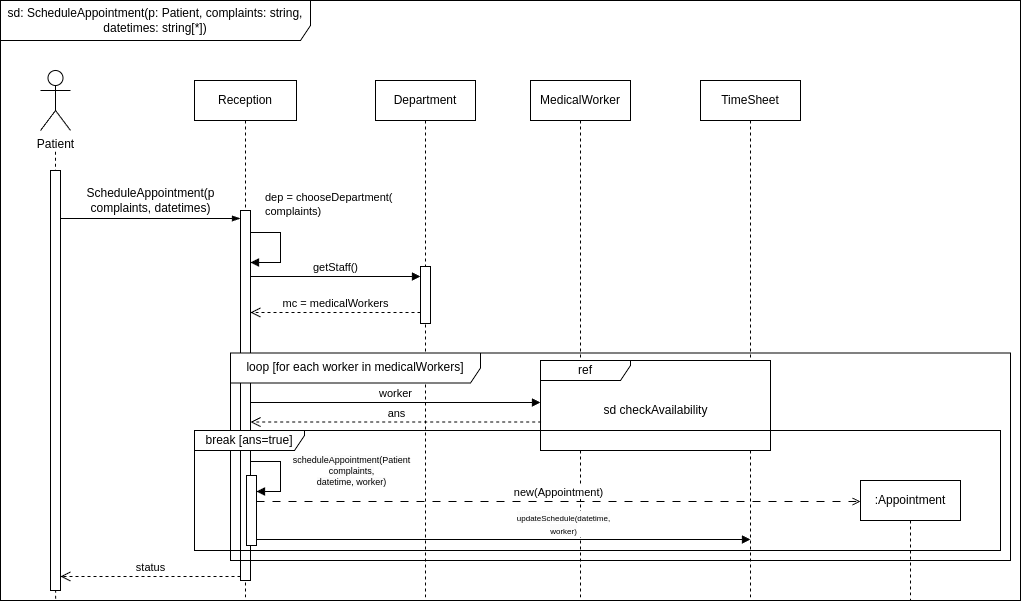
Before: lab2/SD-SD1.png, a diagram exported from draw.io (nedeadinside/oaoaoaoaoaoaoaoa). Source tidied: cells renumbered, new cells last; positions are measured from the earlier drawing's top-left corner, leaving out a move shared by most shapes.
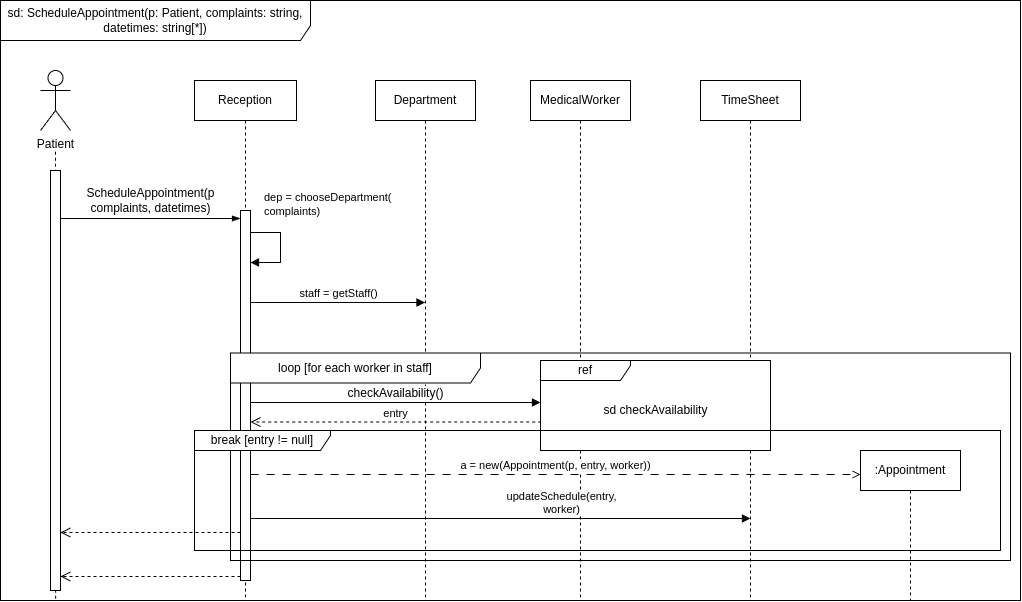
The same diagram one commit later.

Diff of the diagram source:
```diff
@@ -22,9 +22,6 @@
     <mxCell id="7" value="Department" style="shape=umlLifeline;perimeter=lifelinePerimeter;whiteSpace=wrap;html=1;outlineConnect=0;portConstraint=eastwest;newEdgeStyle={&quot;curved&quot;:0,&quot;rounded&quot;:0};" parent="1" vertex="1">
       <mxGeometry x="375" y="80" width="100" height="520" as="geometry" />
     </mxCell>
-    <mxCell id="8" style="html=1;perimeter=orthogonalPerimeter;targetShapes=umlLifeline;newEdgeStyle={&quot;curved&quot;:0,&quot;rounded&quot;:0};" parent="7" vertex="1">
-      <mxGeometry x="45" y="186" width="10" height="57" as="geometry" />
-    </mxCell>
     <mxCell id="9" value="Patient" style="shape=umlActor;verticalLabelPosition=bottom;verticalAlign=top;html=1;" parent="1" vertex="1">
       <mxGeometry x="40" y="70" width="30" height="60" as="geometry" />
     </mxCell>
@@ -51,23 +48,18 @@
         </Array>
       </mxGeometry>
     </mxCell>
-    <mxCell id="15" value="getStaff()" style="html=1;verticalAlign=bottom;endArrow=block;curved=0;rounded=0;" parent="1" edge="1" source="11">
+    <mxCell id="15" value="staff = getStaff()" style="html=1;verticalAlign=bottom;endArrow=block;curved=0;rounded=0;" parent="1" edge="1" target="7">
       <mxGeometry relative="1" as="geometry">
-        <mxPoint x="420" y="276" as="targetPoint" />
+        <mxPoint x="250" y="302" as="sourcePoint" />
       </mxGeometry>
     </mxCell>
-    <mxCell id="16" value="mc = medicalWorkers" style="html=1;verticalAlign=bottom;endArrow=open;dashed=1;endSize=8;curved=0;rounded=0;" parent="1" edge="1" target="11">
-      <mxGeometry relative="1" as="geometry">
-        <mxPoint x="420" y="312" as="sourcePoint" />
-      </mxGeometry>
-    </mxCell>
     <mxCell id="17" value="ref" style="shape=umlFrame;whiteSpace=wrap;html=1;gradientColor=none;swimlaneFillColor=default;width=90;height=20;" parent="1" vertex="1">
       <mxGeometry x="540" y="360" width="230" height="90" as="geometry" />
     </mxCell>
     <mxCell id="18" value="sd checkAvailability" style="text;html=1;align=center;verticalAlign=middle;strokeColor=none;fillColor=none;" parent="1" vertex="1">
       <mxGeometry x="590" y="395" width="130" height="30" as="geometry" />
     </mxCell>
-    <mxCell id="19" value="status" style="html=1;verticalAlign=bottom;endArrow=open;dashed=1;endSize=8;curved=0;rounded=0;" parent="1" edge="1">
+    <mxCell id="19" style="html=1;verticalAlign=bottom;endArrow=open;dashed=1;endSize=8;curved=0;rounded=0;" parent="1" edge="1">
       <mxGeometry relative="1" as="geometry">
         <mxPoint x="240" y="576" as="sourcePoint" />
         <mxPoint x="60" y="576" as="targetPoint" />
@@ -77,51 +69,41 @@
         </Array>
       </mxGeometry>
     </mxCell>
-    <mxCell id="20" value="loop [for each worker in medicalWorkers]" style="shape=umlFrame;whiteSpace=wrap;html=1;width=250;height=30;" parent="1" vertex="1">
+    <mxCell id="20" value="loop [for each worker in staff]" style="shape=umlFrame;whiteSpace=wrap;html=1;width=250;height=30;" parent="1" vertex="1">
       <mxGeometry x="230" y="352.5" width="780" height="207.5" as="geometry" />
     </mxCell>
-    <mxCell id="21" value="worker" style="html=1;verticalAlign=bottom;endArrow=block;curved=0;rounded=0;" parent="1" edge="1">
+    <mxCell id="21" value="&lt;span style=&quot;font-size: 12px; background-color: rgb(251, 251, 251);&quot;&gt;checkAvailability()&lt;/span&gt;" style="html=1;verticalAlign=bottom;endArrow=block;curved=0;rounded=0;" parent="1" edge="1">
       <mxGeometry relative="1" as="geometry">
         <mxPoint x="250" y="402" as="sourcePoint" />
         <mxPoint x="540" y="402" as="targetPoint" />
       </mxGeometry>
     </mxCell>
-    <mxCell id="22" value="break [ans=true]" style="shape=umlFrame;whiteSpace=wrap;html=1;width=110;height=20;" parent="1" vertex="1">
+    <mxCell id="22" value="break [entry != null]" style="shape=umlFrame;whiteSpace=wrap;html=1;width=136;height=20;" parent="1" vertex="1">
       <mxGeometry x="194" y="430" width="806" height="120" as="geometry" />
     </mxCell>
-    <mxCell id="23" style="html=1;points=[[0,0,0,0,5],[0,1,0,0,-5],[1,0,0,0,5],[1,1,0,0,-5]];perimeter=orthogonalPerimeter;outlineConnect=0;targetShapes=umlLifeline;portConstraint=eastwest;newEdgeStyle={&quot;curved&quot;:0,&quot;rounded&quot;:0};" parent="1" vertex="1">
-      <mxGeometry x="246" y="475" width="10" height="70" as="geometry" />
-    </mxCell>
-    <mxCell id="24" style="html=1;align=left;spacingLeft=2;endArrow=block;rounded=0;edgeStyle=orthogonalEdgeStyle;curved=0;rounded=0;" parent="1" edge="1" target="23">
-      <mxGeometry relative="1" as="geometry">
-        <mxPoint x="250" y="461" as="sourcePoint" />
-        <Array as="points">
-          <mxPoint x="280" y="491" />
-        </Array>
-      </mxGeometry>
-    </mxCell>
-    <mxCell id="25" value="&lt;span style=&quot;text-align: left; text-wrap-mode: wrap; background-color: rgb(251, 251, 251); font-size: 9px;&quot;&gt;&lt;font style=&quot;font-size: 9px;&quot;&gt;scheduleAppointment(Patient&lt;/font&gt;&lt;/span&gt;&lt;div style=&quot;font-size: 9px;&quot;&gt;&lt;span style=&quot;text-align: left; text-wrap-mode: wrap; background-color: rgb(251, 251, 251); font-size: 9px;&quot;&gt;&lt;font style=&quot;font-size: 9px;&quot;&gt;complaints,&lt;/font&gt;&lt;/span&gt;&lt;/div&gt;&lt;div style=&quot;font-size: 9px;&quot;&gt;&lt;span style=&quot;text-align: left; text-wrap-mode: wrap; background-color: rgb(251, 251, 251); font-size: 9px;&quot;&gt;&lt;font style=&quot;font-size: 9px;&quot;&gt;datetime, worker)&lt;/font&gt;&lt;/span&gt;&lt;/div&gt;" style="edgeLabel;html=1;align=center;verticalAlign=middle;fontSize=9;" parent="24" vertex="1">
-      <mxGeometry x="0.1" y="-1" relative="1" as="geometry">
-        <mxPoint x="71" y="-7" as="offset" />
-      </mxGeometry>
-    </mxCell>
-    <mxCell id="26" value="ans" style="html=1;verticalAlign=bottom;endArrow=open;dashed=1;endSize=8;curved=0;rounded=0;exitX=0.003;exitY=0.684;exitDx=0;exitDy=0;exitPerimeter=0;" parent="1" edge="1" source="17" target="11">
+    <mxCell id="26" value="entry" style="html=1;verticalAlign=bottom;endArrow=open;dashed=1;endSize=8;curved=0;rounded=0;exitX=0.003;exitY=0.684;exitDx=0;exitDy=0;exitPerimeter=0;" parent="1" edge="1" source="17" target="11">
       <mxGeometry relative="1" as="geometry" />
     </mxCell>
-    <mxCell id="27" value="&lt;span style=&quot;text-align: left; text-wrap-mode: wrap; background-color: rgb(251, 251, 251);&quot;&gt;&lt;font style=&quot;font-size: 8px;&quot;&gt;updateSchedule(datetime, worker)&lt;/font&gt;&lt;/span&gt;" style="html=1;verticalAlign=bottom;endArrow=block;curved=0;rounded=0;" parent="1" edge="1">
+    <mxCell id="27" value="&lt;span style=&quot;text-align: left; text-wrap-mode: wrap; background-color: rgb(251, 251, 251);&quot;&gt;&lt;font style=&quot;font-size: 11px;&quot;&gt;updateSchedule(entry, worker)&lt;/font&gt;&lt;/span&gt;" style="html=1;verticalAlign=bottom;endArrow=block;curved=0;rounded=0;" parent="1" edge="1">
       <mxGeometry x="0.24" relative="1" as="geometry">
-        <mxPoint x="256" y="539" as="sourcePoint" />
-        <mxPoint x="750" y="539" as="targetPoint" />
+        <mxPoint x="250" y="518" as="sourcePoint" />
+        <mxPoint x="750" y="518" as="targetPoint" />
       </mxGeometry>
     </mxCell>
     <mxCell id="28" value=":Appointment" style="shape=umlLifeline;perimeter=lifelinePerimeter;whiteSpace=wrap;html=1;newEdgeStyle={&quot;curved&quot;:0,&quot;rounded&quot;:0};" parent="1" vertex="1">
-      <mxGeometry x="860" y="480" width="100" height="120" as="geometry" />
+      <mxGeometry x="860" y="450" width="100" height="150" as="geometry" />
     </mxCell>
-    <mxCell id="29" value="new(Appointment)" style="html=1;verticalAlign=bottom;endArrow=open;curved=0;rounded=0;dashed=1;dashPattern=8 8;endFill=0;" parent="1" edge="1">
+    <mxCell id="29" value="a = new(Appointment(p, entry, worker))" style="html=1;verticalAlign=bottom;endArrow=open;curved=0;rounded=0;dashed=1;dashPattern=8 8;endFill=0;" parent="1" edge="1">
       <mxGeometry relative="1" as="geometry">
-        <mxPoint x="256" y="501" as="sourcePoint" />
-        <mxPoint x="860" y="501" as="targetPoint" />
+        <mxPoint x="250" y="474" as="sourcePoint" />
+        <mxPoint x="860" y="474" as="targetPoint" />
       </mxGeometry>
     </mxCell>
+    <mxCell id="30" style="html=1;verticalAlign=bottom;endArrow=open;dashed=1;endSize=8;curved=0;rounded=0;" parent="1" edge="1">
+      <mxGeometry relative="1" as="geometry">
+        <mxPoint x="240" y="532" as="sourcePoint" />
+        <mxPoint x="60" y="532" as="targetPoint" />
+      </mxGeometry>
+    </mxCell>
   </root>
 </mxGraphModel>
```
